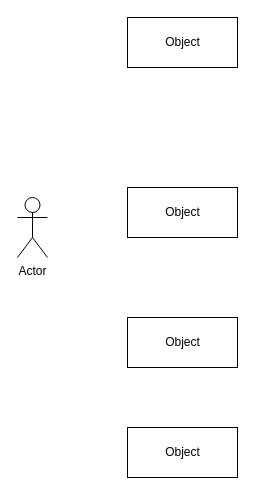
Above: Diagrama proyecto 2.drawio in CarlosArango33/Proyecto2_POO (draw.io), before the change. Source tidied: cells renumbered, new cells numbered last; positions are measured from the earlier drawing's top-left corner, leaving out a move shared by most shapes. Both pictures are drawn from the tidied source at 100%, with x=0, y=0 at pixel (17, 17).
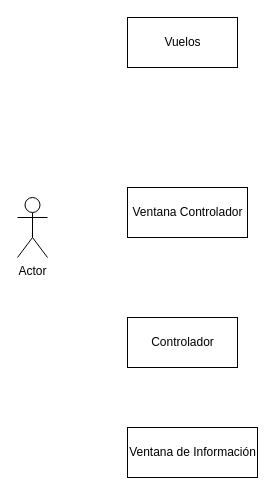
The same diagram, later.

Commit message:
nombres de las aplicaciones

Change to the diagram source:
```diff
@@
 <mxGraphModel>
   <root>
     <mxCell id="0" />
     <mxCell id="1" parent="0" />
     <mxCell id="2" value="Actor" style="shape=umlActor;verticalLabelPosition=bottom;verticalAlign=top;html=1;" parent="1" vertex="1">
       <mxGeometry y="180" width="30" height="60" as="geometry" />
     </mxCell>
-    <mxCell id="3" value="Object" style="html=1;" parent="1" vertex="1">
+    <mxCell id="3" value="Vuelos" style="html=1;" parent="1" vertex="1">
       <mxGeometry x="110" width="110" height="50" as="geometry" />
     </mxCell>
-    <mxCell id="4" value="Object" style="html=1;" parent="1" vertex="1">
-      <mxGeometry x="110" y="170" width="110" height="50" as="geometry" />
+    <mxCell id="4" value="Ventana Controlador" style="html=1;" parent="1" vertex="1">
+      <mxGeometry x="110" y="170" width="120" height="50" as="geometry" />
     </mxCell>
-    <mxCell id="5" value="Object" style="html=1;" parent="1" vertex="1">
+    <mxCell id="5" value="Controlador" style="html=1;" parent="1" vertex="1">
       <mxGeometry x="110" y="300" width="110" height="50" as="geometry" />
     </mxCell>
-    <mxCell id="6" value="Object" style="html=1;" parent="1" vertex="1">
-      <mxGeometry x="110" y="410" width="110" height="50" as="geometry" />
+    <mxCell id="6" value="Ventana de Información" style="html=1;" parent="1" vertex="1">
+      <mxGeometry x="110" y="410" width="130" height="50" as="geometry" />
     </mxCell>
   </root>
 </mxGraphModel>
```
